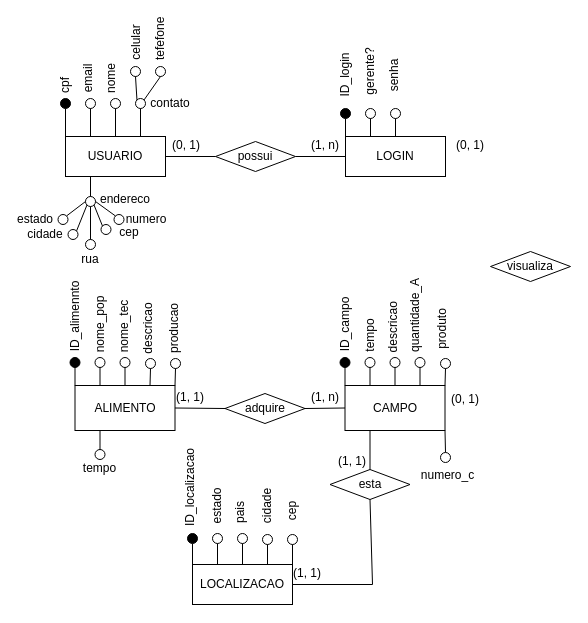
Thiago163/api_sistema_trienal keeps this draw.io diagram as conceitual.drawio. Above is the earlier version. Source tidied: cells renumbered, new cells numbered last; positions are measured from the earlier drawing's top-left corner, leaving out a move shared by most shapes. Both pictures are drawn from the tidied source at 100%, with x=0, y=0 at pixel (20, 30).
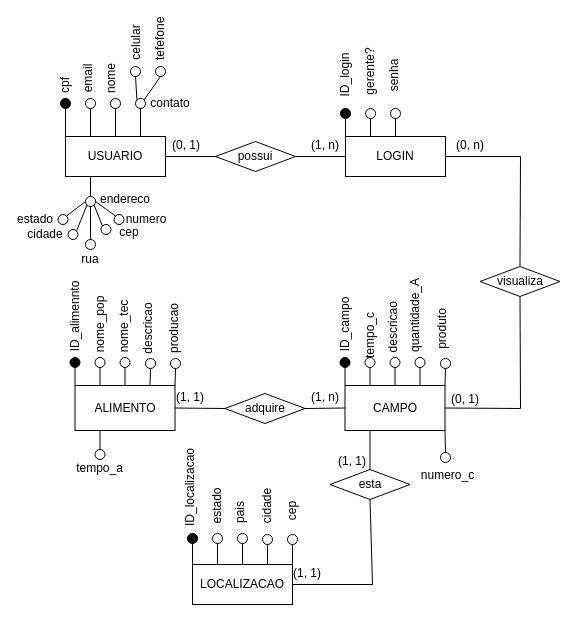
The same diagram, later.

The change refers to these unchanged cells:
```xml
<mxCell id="3" value="LOGIN" style="rounded=0;whiteSpace=wrap;html=1;" parent="1" vertex="1">
  <mxGeometry x="325" y="106" width="100" height="40" as="geometry" />
</mxCell>
<mxCell id="4" value="CAMPO" style="rounded=0;whiteSpace=wrap;html=1;" parent="1" vertex="1">
  <mxGeometry x="324.5" y="355" width="100" height="45" as="geometry" />
</mxCell>
```

What changed in the source:
```diff
@@
     <mxCell id="8" value="visualiza" style="rhombus;whiteSpace=wrap;html=1;" parent="1" vertex="1">
-      <mxGeometry x="470" y="221" width="80" height="30" as="geometry" />
+      <mxGeometry x="459.5" y="236" width="80" height="30" as="geometry" />
     </mxCell>
@@
-    <mxCell id="75" value="tempo" style="text;html=1;align=center;verticalAlign=middle;whiteSpace=wrap;rounded=0;rotation=0;" parent="1" vertex="1">
+    <mxCell id="75" value="tempo_a" style="text;html=1;align=center;verticalAlign=middle;whiteSpace=wrap;rounded=0;rotation=0;" parent="1" vertex="1">
       <mxGeometry x="57" y="429" width="45" height="18" as="geometry" />
     </mxCell>
@@
-    <mxCell id="78" value="tempo" style="text;html=1;align=center;verticalAlign=middle;whiteSpace=wrap;rounded=0;rotation=-90;" parent="1" vertex="1">
+    <mxCell id="78" value="tempo_c" style="text;html=1;align=center;verticalAlign=middle;whiteSpace=wrap;rounded=0;rotation=-90;" parent="1" vertex="1">
       <mxGeometry x="327" y="295" width="45" height="20" as="geometry" />
     </mxCell>
@@
-    <mxCell id="88" value="(0, 1)" style="text;html=1;align=center;verticalAlign=middle;whiteSpace=wrap;rounded=0;rotation=0;" parent="1" vertex="1">
+    <mxCell id="88" value="(0, n)" style="text;html=1;align=center;verticalAlign=middle;whiteSpace=wrap;rounded=0;rotation=0;" parent="1" vertex="1">
       <mxGeometry x="435" y="106" width="30" height="18" as="geometry" />
     </mxCell>
@@
+    <mxCell id="123" style="endArrow=none;html=1;rounded=0;entryX=1;entryY=0.5;entryDx=0;entryDy=0;exitX=0.5;exitY=0;exitDx=0;exitDy=0;" parent="1" edge="1" source="8" target="3">
+      <mxGeometry relative="1" as="geometry">
+        <Array as="points">
+          <mxPoint x="500" y="126" />
+        </Array>
+      </mxGeometry>
+    </mxCell>
+    <mxCell id="124" style="endArrow=none;html=1;rounded=0;exitX=1;exitY=0.5;exitDx=0;exitDy=0;entryX=0.5;entryY=1;entryDx=0;entryDy=0;" parent="1" edge="1" source="4" target="8">
+      <mxGeometry relative="1" as="geometry">
+        <Array as="points">
+          <mxPoint x="500" y="378" />
+        </Array>
+      </mxGeometry>
+    </mxCell>
```
